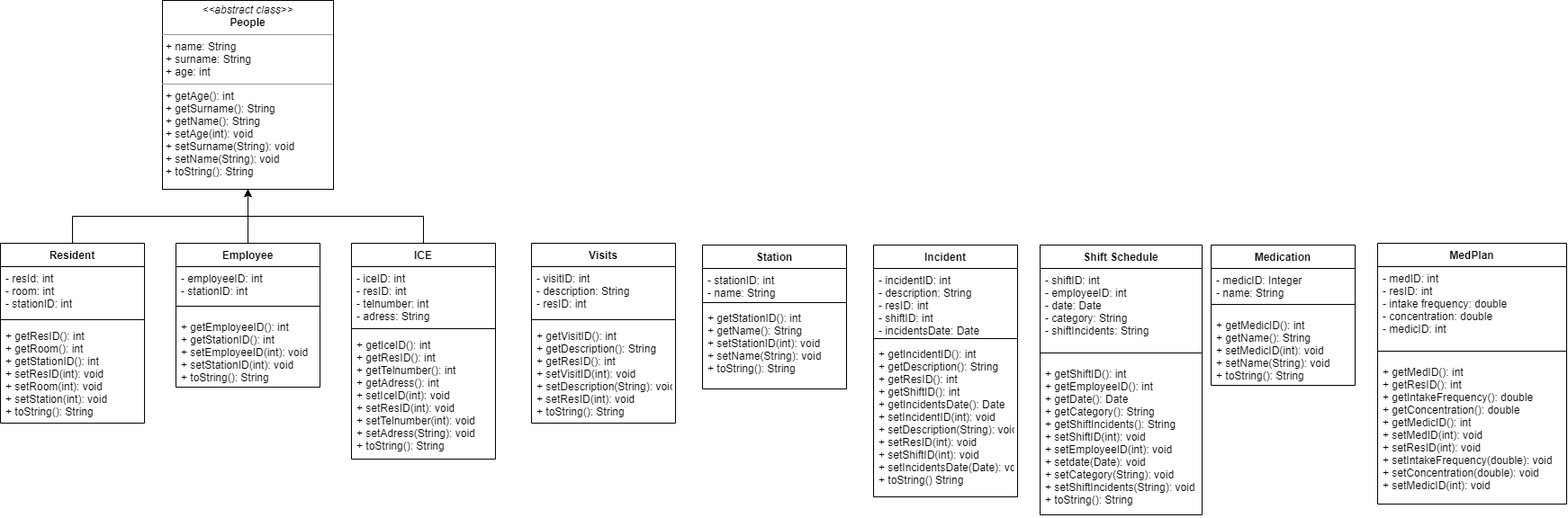
JakobGassauer/ATdIT_Group1 keeps this draw.io diagram as documentation/Vererbungsdiagramm.png. Above is the earlier version. Source tidied: cells renumbered, new cells last; positions are measured from the earlier drawing's top-left corner, leaving out a move shared by most shapes.
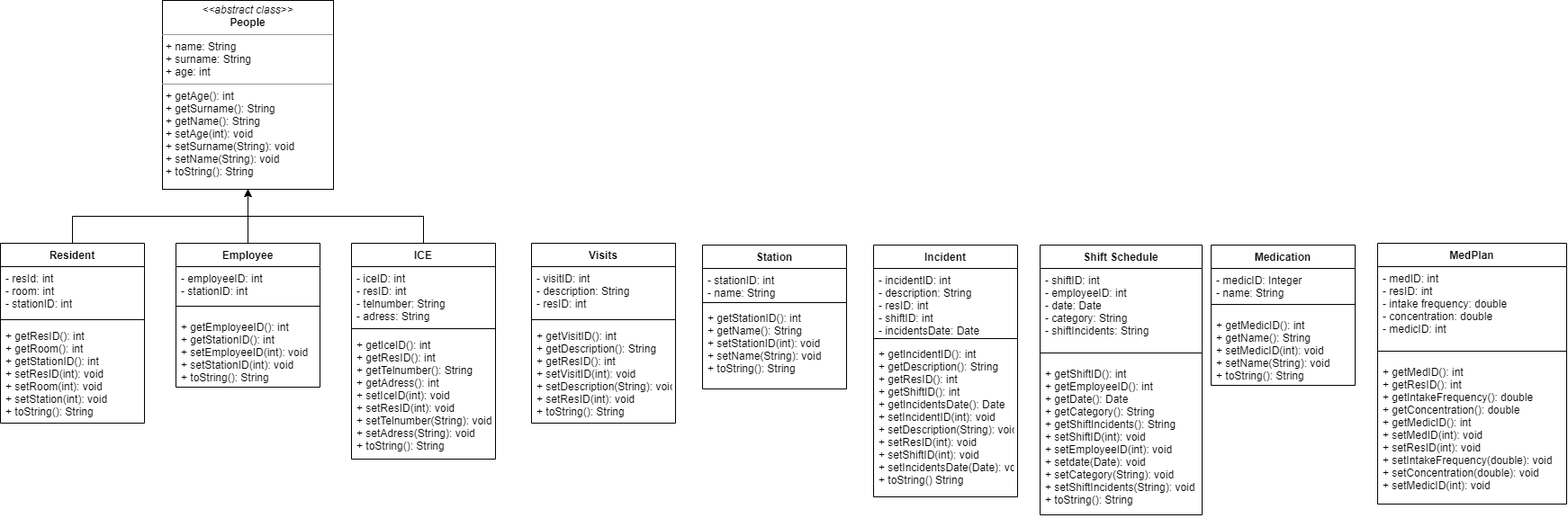
Above is the later version.

Commit message:
Update Vererbungsdiagramm.png Telnumber type String

Change to the diagram source:
```diff
@@ -108,13 +108,13 @@
     <mxCell id="34" value="ICE" style="swimlane;fontStyle=1;align=center;verticalAlign=top;horizontal=1;startSize=26;" parent="1" vertex="1">
       <mxGeometry x="390" y="270" width="160" height="240" as="geometry" />
     </mxCell>
-    <mxCell id="35" value="- iceID: int&#10;- resID: int&#10;- telnumber: int&#10;- adress: String" style="text;strokeColor=none;fillColor=none;align=left;verticalAlign=top;spacingLeft=4;spacingRight=4;overflow=hidden;" parent="34" vertex="1">
+    <mxCell id="35" value="- iceID: int&#10;- resID: int&#10;- telnumber: String&#10;- adress: String" style="text;strokeColor=none;fillColor=none;align=left;verticalAlign=top;spacingLeft=4;spacingRight=4;overflow=hidden;" parent="34" vertex="1">
       <mxGeometry y="26" width="160" height="64" as="geometry" />
     </mxCell>
     <mxCell id="36" style="line;strokeWidth=1;fillColor=none;align=left;verticalAlign=middle;spacingTop=-1;spacingLeft=3;spacingRight=3;labelPosition=right;" parent="34" vertex="1">
       <mxGeometry y="90" width="160" height="10" as="geometry" />
     </mxCell>
-    <mxCell id="37" value="+ getIceID(): int&#10;+ getResID(): int&#10;+ getTelnumber(): int&#10;+ getAdress(): int&#10;+ setIceID(int): void&#10;+ setResID(int): void&#10;+ setTelnumber(int): void&#10;+ setAdress(String): void&#10;+ toString(): String&#10;" style="text;strokeColor=none;fillColor=none;align=left;verticalAlign=top;spacingLeft=4;spacingRight=4;overflow=hidden;" parent="34" vertex="1">
+    <mxCell id="37" value="+ getIceID(): int&#10;+ getResID(): int&#10;+ getTelnumber(): String&#10;+ getAdress(): int&#10;+ setIceID(int): void&#10;+ setResID(int): void&#10;+ setTelnumber(String): void&#10;+ setAdress(String): void&#10;+ toString(): String&#10;" style="text;strokeColor=none;fillColor=none;align=left;verticalAlign=top;spacingLeft=4;spacingRight=4;overflow=hidden;" parent="34" vertex="1">
       <mxGeometry y="100" width="160" height="140" as="geometry" />
     </mxCell>
     <mxCell id="38" value="Visits" style="swimlane;fontStyle=1;align=center;verticalAlign=top;horizontal=1;startSize=26;" parent="1" vertex="1">
```
